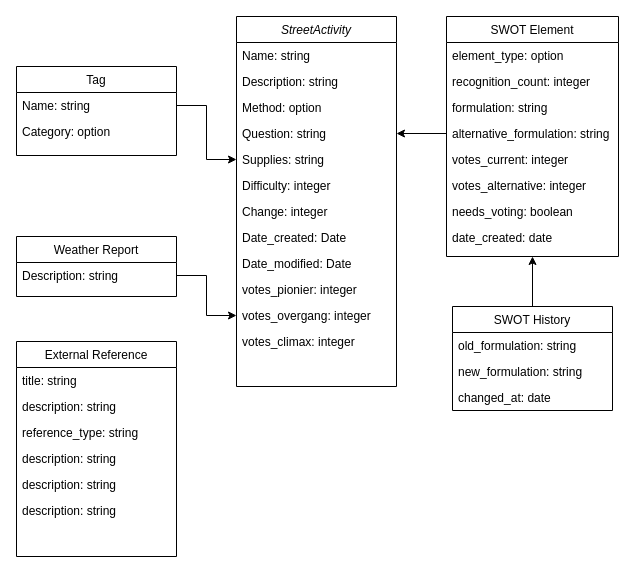
Before: architecture/streetactivity_domainmodel.drawio in MxTheo/travelingguestbook, a draw.io diagram. Source tidied: cells renumbered, new cells numbered last; positions are measured from the earlier drawing's top-left corner, leaving out a move shared by most shapes. Both pictures are drawn from the tidied source at 100%, with x=0, y=0 at pixel (16, 16).
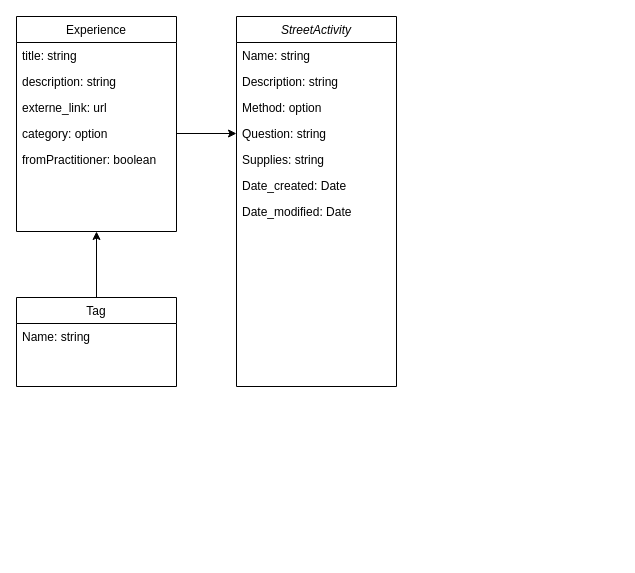
The same page after the edit.

Unchanged cells that the change refers to:
```xml
<mxCell id="2" value="StreetActivity" style="swimlane;fontStyle=2;align=center;verticalAlign=top;horizontal=1;startSize=26;rounded=0;shadow=0;strokeWidth=1;" parent="1" vertex="1">
  <mxGeometry x="220" width="160" height="370" as="geometry" />
</mxCell>
<mxCell id="6" value="Question: string" style="text;align=left;verticalAlign=top;spacingLeft=4;spacingRight=4;overflow=hidden;points=[[0,0.5],[1,0.5]];portConstraint=eastwest;" parent="2" vertex="1">
  <mxGeometry y="104" width="160" height="26" as="geometry" />
</mxCell>
<mxCell id="7" value="Supplies: string" style="text;align=left;verticalAlign=top;spacingLeft=4;spacingRight=4;overflow=hidden;points=[[0,0.5],[1,0.5]];portConstraint=eastwest;" parent="2" vertex="1">
  <mxGeometry y="130" width="160" height="26" as="geometry" />
</mxCell>
<mxCell id="32" value="Name: string" style="text;align=left;verticalAlign=top;spacingLeft=4;spacingRight=4;overflow=hidden;points=[[0,0.5],[1,0.5]];portConstraint=eastwest;" parent="31" vertex="1">
  <mxGeometry y="26" width="160" height="26" as="geometry" />
</mxCell>
```

Change to the diagram source:
```diff
@@
-    <mxCell id="8" value="Difficulty: integer" style="text;align=left;verticalAlign=top;spacingLeft=4;spacingRight=4;overflow=hidden;" parent="2" vertex="1">
-      <mxGeometry y="156" width="160" height="26" as="geometry" />
-    </mxCell>
-    <mxCell id="9" value="Change: integer" style="text;align=left;verticalAlign=top;spacingLeft=4;spacingRight=4;overflow=hidden;" parent="2" vertex="1">
-      <mxGeometry y="182" width="160" height="26" as="geometry" />
-    </mxCell>
     <mxCell id="10" value="Date_created: Date&#10;" style="text;align=left;verticalAlign=top;spacingLeft=4;spacingRight=4;overflow=hidden;" parent="2" vertex="1">
-      <mxGeometry y="208" width="160" height="26" as="geometry" />
+      <mxGeometry y="156" width="160" height="26" as="geometry" />
     </mxCell>
     <mxCell id="11" value="Date_modified: Date" style="text;align=left;verticalAlign=top;spacingLeft=4;spacingRight=4;overflow=hidden;" parent="2" vertex="1">
-      <mxGeometry y="234" width="160" height="26" as="geometry" />
+      <mxGeometry y="182" width="160" height="26" as="geometry" />
     </mxCell>
-    <mxCell id="12" value="votes_pionier: integer" style="text;align=left;verticalAlign=top;spacingLeft=4;spacingRight=4;overflow=hidden;" parent="2" vertex="1">
-      <mxGeometry y="260" width="160" height="26" as="geometry" />
-    </mxCell>
-    <mxCell id="13" value="votes_overgang: integer" style="text;align=left;verticalAlign=top;spacingLeft=4;spacingRight=4;overflow=hidden;points=[[0,0.5],[1,0.5]];portConstraint=eastwest;" parent="2" vertex="1">
-      <mxGeometry y="286" width="160" height="26" as="geometry" />
-    </mxCell>
-    <mxCell id="14" value="votes_climax: integer" style="text;align=left;verticalAlign=top;spacingLeft=4;spacingRight=4;overflow=hidden;" parent="2" vertex="1">
-      <mxGeometry y="312" width="160" height="26" as="geometry" />
-    </mxCell>
-    <mxCell id="15" value="Weather Report" style="swimlane;fontStyle=0;align=center;verticalAlign=top;horizontal=1;startSize=26;rounded=0;shadow=0;strokeWidth=1;" parent="1" vertex="1">
-      <mxGeometry y="220" width="160" height="60" as="geometry" />
-    </mxCell>
-    <mxCell id="16" value="Description: string" style="text;align=left;verticalAlign=top;spacingLeft=4;spacingRight=4;overflow=hidden;points=[[0,0.5],[1,0.5]];portConstraint=eastwest;" parent="15" vertex="1">
-      <mxGeometry y="26" width="160" height="26" as="geometry" />
-    </mxCell>
-    <mxCell id="17" style="edgeStyle=orthogonalEdgeStyle;rounded=0;jettySize=auto;html=1;entryX=0.5;entryY=1;entryDx=0;entryDy=0;" parent="1" edge="1" source="18" target="22">
-      <mxGeometry relative="1" as="geometry" />
-    </mxCell>
-    <mxCell id="18" value="SWOT History" style="swimlane;fontStyle=0;align=center;verticalAlign=top;horizontal=1;startSize=26;rounded=0;shadow=0;strokeWidth=1;" parent="1" vertex="1">
-      <mxGeometry x="436" y="290" width="160" height="104" as="geometry" />
-    </mxCell>
-    <mxCell id="19" value="old_formulation: string" style="text;align=left;verticalAlign=top;spacingLeft=4;spacingRight=4;overflow=hidden;" parent="18" vertex="1">
-      <mxGeometry y="26" width="160" height="26" as="geometry" />
-    </mxCell>
-    <mxCell id="20" value="new_formulation: string" style="text;align=left;verticalAlign=top;spacingLeft=4;spacingRight=4;overflow=hidden;" parent="18" vertex="1">
-      <mxGeometry y="52" width="160" height="26" as="geometry" />
-    </mxCell>
-    <mxCell id="21" value="changed_at: date" style="text;align=left;verticalAlign=top;spacingLeft=4;spacingRight=4;overflow=hidden;" parent="18" vertex="1">
-      <mxGeometry y="78" width="160" height="26" as="geometry" />
-    </mxCell>
-    <mxCell id="22" value="SWOT Element" style="swimlane;fontStyle=0;align=center;verticalAlign=top;horizontal=1;startSize=26;rounded=0;shadow=0;strokeWidth=1;" parent="1" vertex="1">
-      <mxGeometry x="430" width="172" height="240" as="geometry" />
-    </mxCell>
-    <mxCell id="23" value="element_type: option" style="text;align=left;verticalAlign=top;spacingLeft=4;spacingRight=4;overflow=hidden;" parent="22" vertex="1">
-      <mxGeometry y="26" width="172" height="26" as="geometry" />
-    </mxCell>
-    <mxCell id="24" value="recognition_count: integer" style="text;align=left;verticalAlign=top;spacingLeft=4;spacingRight=4;overflow=hidden;rounded=0;shadow=0;html=0;" parent="22" vertex="1">
-      <mxGeometry y="52" width="172" height="26" as="geometry" />
-    </mxCell>
-    <mxCell id="25" value="formulation: string" style="text;align=left;verticalAlign=top;spacingLeft=4;spacingRight=4;overflow=hidden;rounded=0;shadow=0;html=0;" parent="22" vertex="1">
-      <mxGeometry y="78" width="172" height="26" as="geometry" />
-    </mxCell>
-    <mxCell id="26" value="alternative_formulation: string" style="text;align=left;verticalAlign=top;spacingLeft=4;spacingRight=4;overflow=hidden;points=[[0,0.5],[1,0.5]];portConstraint=eastwest;rounded=0;shadow=0;html=0;" parent="22" vertex="1">
-      <mxGeometry y="104" width="172" height="26" as="geometry" />
-    </mxCell>
-    <mxCell id="27" value="votes_current: integer" style="text;align=left;verticalAlign=top;spacingLeft=4;spacingRight=4;overflow=hidden;rounded=0;shadow=0;html=0;" parent="22" vertex="1">
-      <mxGeometry y="130" width="172" height="26" as="geometry" />
-    </mxCell>
-    <mxCell id="28" value="votes_alternative: integer" style="text;align=left;verticalAlign=top;spacingLeft=4;spacingRight=4;overflow=hidden;" parent="22" vertex="1">
-      <mxGeometry y="156" width="172" height="26" as="geometry" />
-    </mxCell>
-    <mxCell id="29" value="needs_voting: boolean" style="text;align=left;verticalAlign=top;spacingLeft=4;spacingRight=4;overflow=hidden;" parent="22" vertex="1">
-      <mxGeometry y="182" width="172" height="26" as="geometry" />
-    </mxCell>
-    <mxCell id="30" value="date_created: date" style="text;align=left;verticalAlign=top;spacingLeft=4;spacingRight=4;overflow=hidden;" parent="22" vertex="1">
-      <mxGeometry y="208" width="172" height="26" as="geometry" />
-    </mxCell>
+    <mxCell id="44" style="edgeStyle=orthogonalEdgeStyle;rounded=0;jettySize=auto;html=1;entryX=0.5;entryY=1;entryDx=0;entryDy=0;" parent="1" edge="1" source="31" target="37">
+      <mxGeometry relative="1" as="geometry" />
+    </mxCell>
     <mxCell id="31" value="Tag" style="swimlane;fontStyle=0;align=center;verticalAlign=top;horizontal=1;startSize=26;rounded=0;shadow=0;strokeWidth=1;" parent="1" vertex="1">
-      <mxGeometry y="50" width="160" height="89" as="geometry" />
+      <mxGeometry y="281" width="160" height="89" as="geometry" />
     </mxCell>
@@
-    <mxCell id="33" value="Category: option" style="text;align=left;verticalAlign=top;spacingLeft=4;spacingRight=4;overflow=hidden;rounded=0;shadow=0;html=0;" parent="31" vertex="1">
-      <mxGeometry y="52" width="160" height="26" as="geometry" />
-    </mxCell>
-    <mxCell id="34" style="edgeStyle=orthogonalEdgeStyle;rounded=0;jettySize=auto;html=1;exitX=0;exitY=0.5;exitDx=0;exitDy=0;entryX=1;entryY=0.5;entryDx=0;entryDy=0;" parent="1" edge="1" source="26" target="6">
-      <mxGeometry relative="1" as="geometry" />
-    </mxCell>
-    <mxCell id="35" style="edgeStyle=orthogonalEdgeStyle;rounded=0;jettySize=auto;html=1;" parent="1" edge="1" source="32" target="7">
-      <mxGeometry relative="1" as="geometry" />
-    </mxCell>
-    <mxCell id="36" style="edgeStyle=orthogonalEdgeStyle;rounded=0;jettySize=auto;html=1;" parent="1" edge="1" source="16" target="13">
-      <mxGeometry relative="1" as="geometry" />
-    </mxCell>
-    <mxCell id="37" value="External Reference" style="swimlane;fontStyle=0;align=center;verticalAlign=top;horizontal=1;startSize=26;rounded=0;shadow=0;strokeWidth=1;" parent="1" vertex="1">
-      <mxGeometry y="325" width="160" height="215" as="geometry" />
+    <mxCell id="37" value="Experience" style="swimlane;fontStyle=0;align=center;verticalAlign=top;horizontal=1;startSize=26;rounded=0;shadow=0;strokeWidth=1;" parent="1" vertex="1">
+      <mxGeometry width="160" height="215" as="geometry" />
     </mxCell>
@@
-    <mxCell id="40" value="reference_type: string" style="text;align=left;verticalAlign=top;spacingLeft=4;spacingRight=4;overflow=hidden;rounded=0;shadow=0;html=0;" parent="37" vertex="1">
+    <mxCell id="40" value="externe_link: url" style="text;align=left;verticalAlign=top;spacingLeft=4;spacingRight=4;overflow=hidden;rounded=0;shadow=0;html=0;" parent="37" vertex="1">
       <mxGeometry y="78" width="160" height="26" as="geometry" />
     </mxCell>
-    <mxCell id="41" value="description: string" style="text;align=left;verticalAlign=top;spacingLeft=4;spacingRight=4;overflow=hidden;rounded=0;shadow=0;html=0;" parent="37" vertex="1">
-      <mxGeometry y="104" width="160" height="26" as="geometry" />
-    </mxCell>
-    <mxCell id="42" value="description: string" style="text;align=left;verticalAlign=top;spacingLeft=4;spacingRight=4;overflow=hidden;rounded=0;shadow=0;html=0;" parent="37" vertex="1">
-      <mxGeometry y="130" width="160" height="26" as="geometry" />
-    </mxCell>
-    <mxCell id="43" value="description: string" style="text;align=left;verticalAlign=top;spacingLeft=4;spacingRight=4;overflow=hidden;rounded=0;shadow=0;html=0;" parent="37" vertex="1">
-      <mxGeometry y="156" width="160" height="26" as="geometry" />
-    </mxCell>
+    <mxCell id="45" value="category: option" style="text;align=left;verticalAlign=top;spacingLeft=4;spacingRight=4;overflow=hidden;points=[[0,0.5],[1,0.5]];portConstraint=eastwest;rounded=0;shadow=0;html=0;" parent="37" vertex="1">
+      <mxGeometry y="104" width="160" height="26" as="geometry" />
+    </mxCell>
+    <mxCell id="46" value="fromPractitioner: boolean" style="text;align=left;verticalAlign=top;spacingLeft=4;spacingRight=4;overflow=hidden;rounded=0;shadow=0;html=0;" parent="37" vertex="1">
+      <mxGeometry y="130" width="160" height="26" as="geometry" />
+    </mxCell>
+    <mxCell id="47" style="edgeStyle=orthogonalEdgeStyle;rounded=0;jettySize=auto;html=1;entryX=0;entryY=0.5;entryDx=0;entryDy=0;" parent="1" edge="1" source="45" target="6">
+      <mxGeometry relative="1" as="geometry" />
+    </mxCell>
```
